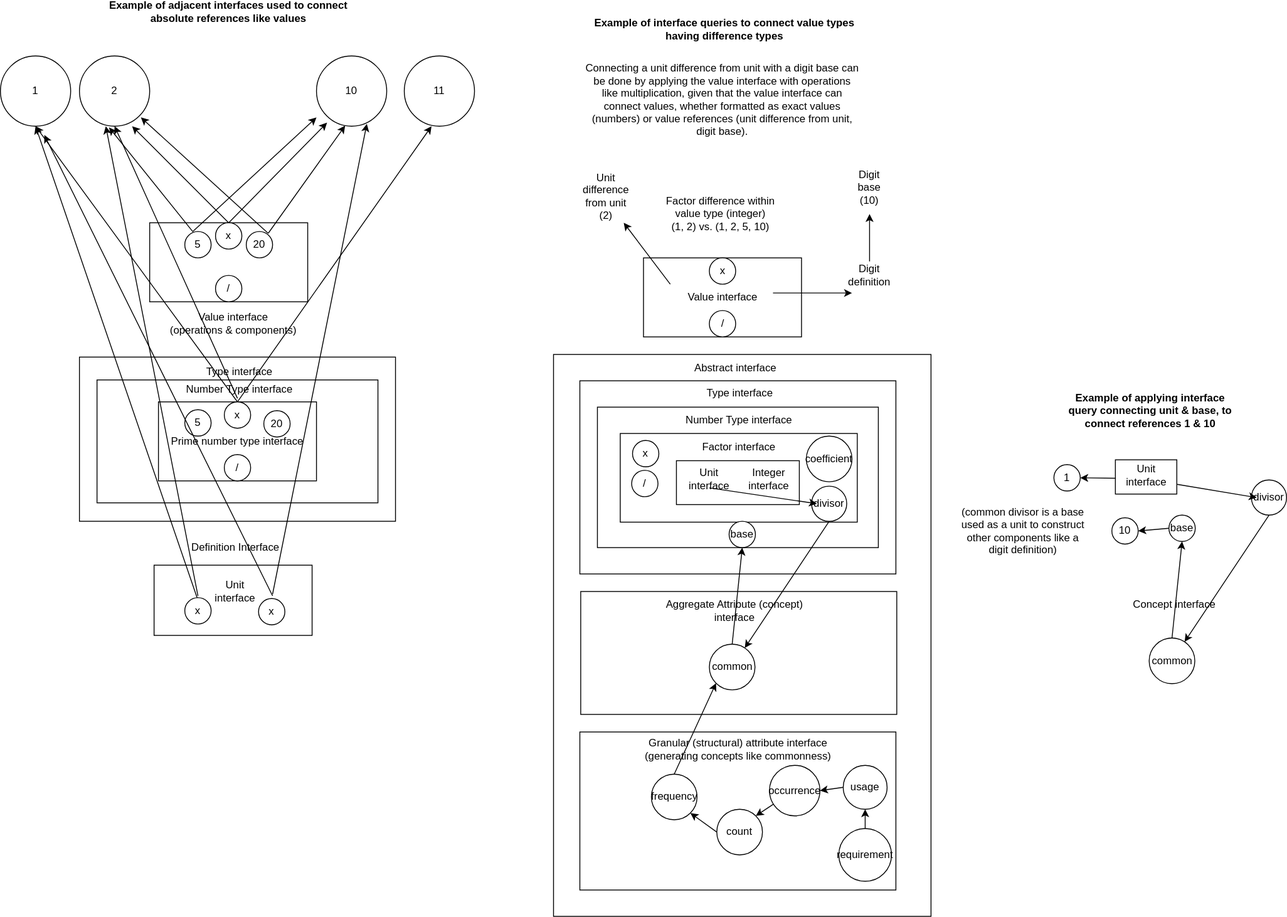
This is docs/objects/math.svg from outdreamer/build-a-cure, a draw.io export, as it was before one commit. Source tidied: cells renumbered, new cells last; positions are measured from the earlier drawing's top-left corner, leaving out a move shared by most shapes.
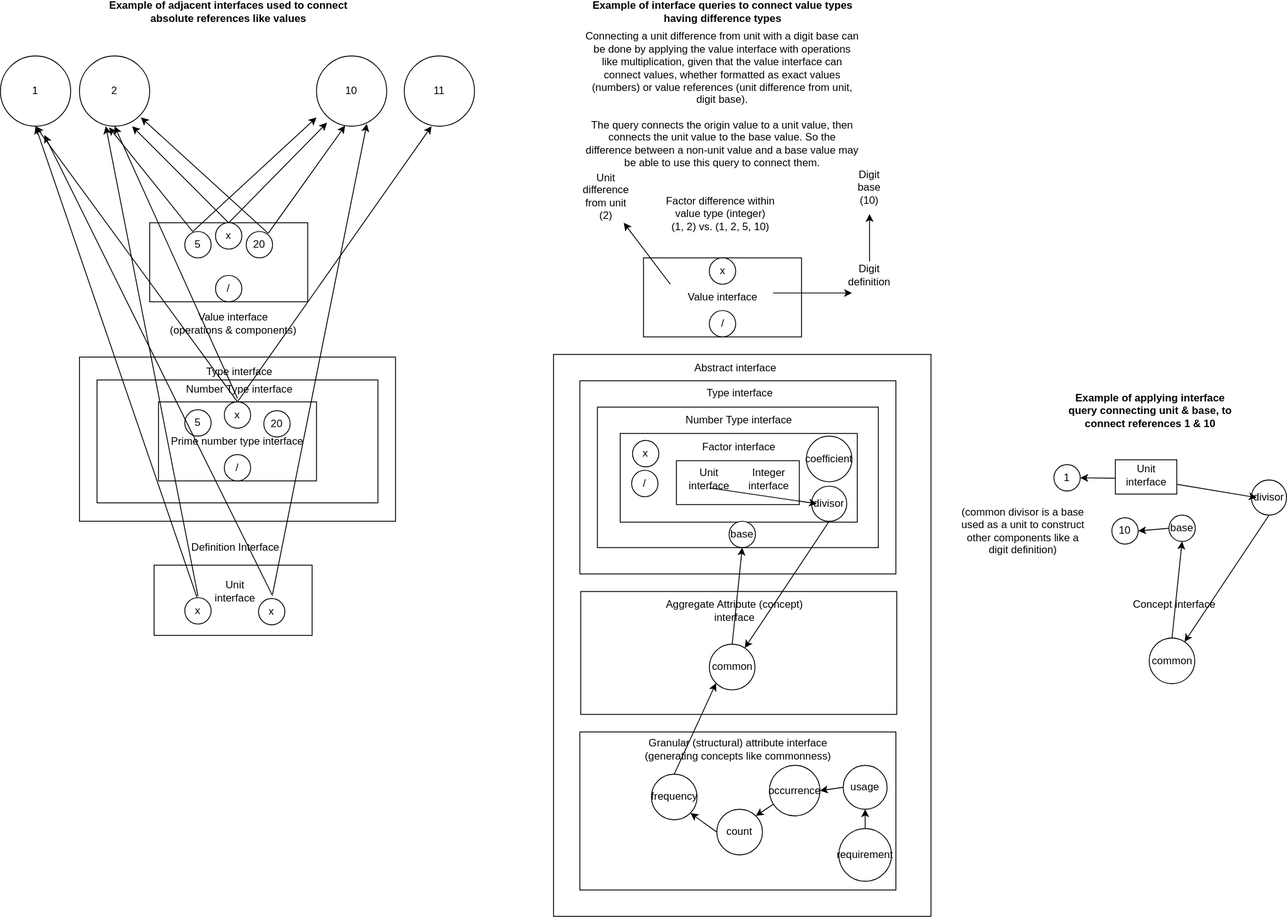
Later version of the same file.

Diff of the diagram source:
```diff
@@ -103,7 +103,7 @@
       <mxGeometry x="807.5" y="350" width="30" height="30" as="geometry" />
     </mxCell>
     <mxCell id="32" value="Example of interface queries to connect value types having difference types" style="text;html=1;strokeColor=none;fillColor=none;align=center;verticalAlign=middle;whiteSpace=wrap;rounded=0;fontStyle=1;" parent="1" vertex="1">
-      <mxGeometry x="670" y="20" width="310" height="20" as="geometry" />
+      <mxGeometry x="667.5" width="310" height="20" as="geometry" />
     </mxCell>
     <mxCell id="33" value="Unit difference from unit (2)" style="text;html=1;strokeColor=none;fillColor=none;align=center;verticalAlign=middle;whiteSpace=wrap;rounded=0;" parent="1" vertex="1">
       <mxGeometry x="670" y="210" width="40" height="20" as="geometry" />
@@ -126,7 +126,7 @@
         <mxPoint x="710" y="250" as="targetPoint" />
       </mxGeometry>
     </mxCell>
-    <mxCell id="38" value="Connecting a unit difference from unit with a digit base can be done by applying the value interface with operations like multiplication, given that the value interface can connect values, whether formatted as exact values (numbers) or value references (unit difference from unit, digit base)." style="text;html=1;strokeColor=none;fillColor=none;align=center;verticalAlign=middle;whiteSpace=wrap;rounded=0;" parent="1" vertex="1">
+    <mxCell id="38" value="Connecting a unit difference from unit with a digit base can be done by applying the value interface with operations like multiplication, given that the value interface can connect values, whether formatted as exact values (numbers) or value references (unit difference from unit, digit base).&lt;br&gt;&lt;br&gt;The query connects the origin value to a unit value, then connects the unit value to the base value. So the difference between a non-unit value and a base value may be able to use this query to connect them." style="text;html=1;strokeColor=none;fillColor=none;align=center;verticalAlign=middle;whiteSpace=wrap;rounded=0;" parent="1" vertex="1">
       <mxGeometry x="665" y="100" width="315" height="20" as="geometry" />
     </mxCell>
     <mxCell id="39" style="endArrow=classic;html=1;" parent="1" edge="1">
```
